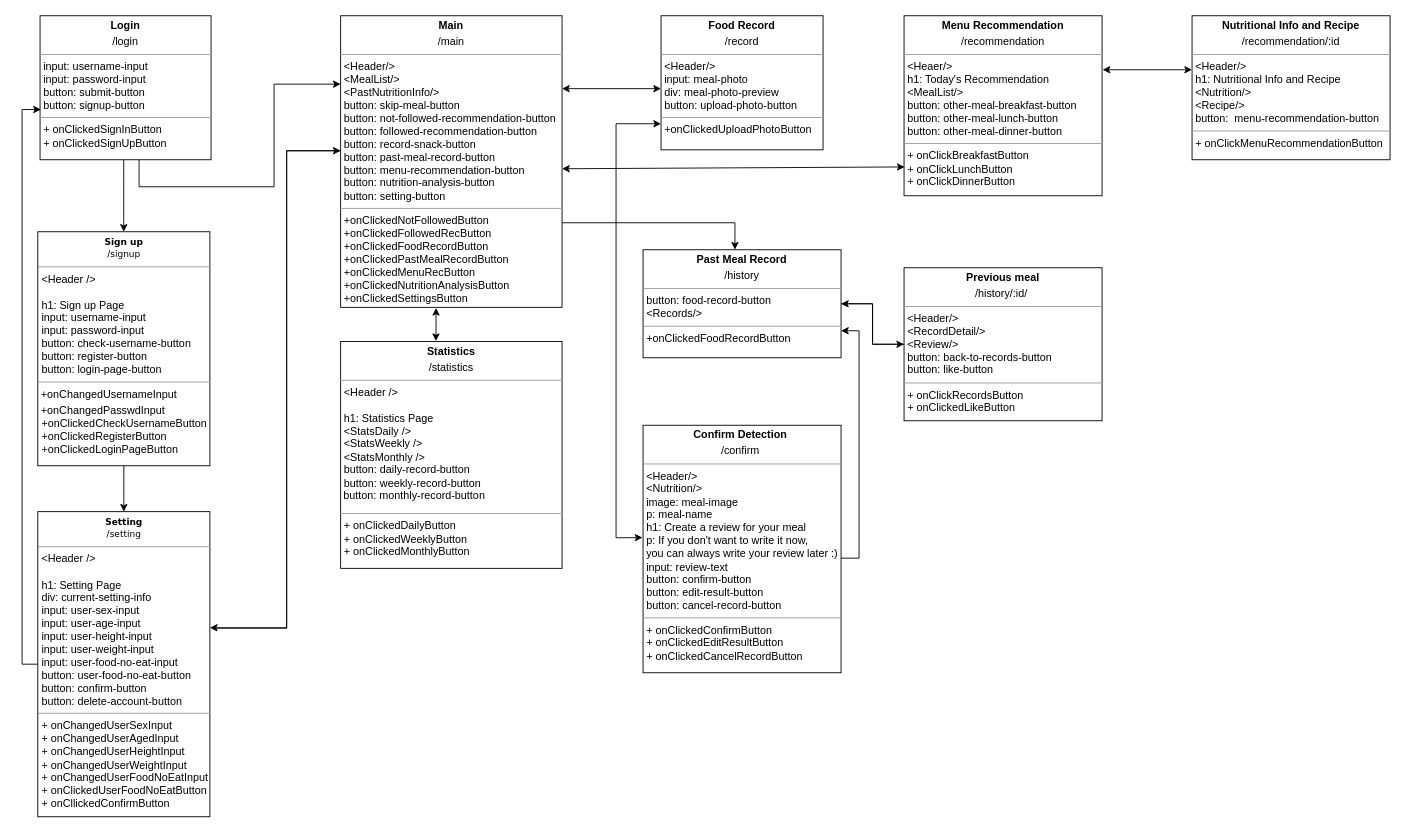
Above: diagrams/Frontend_UML.drawio in swsnu/swpp2021-team5 (draw.io), before the change. Source tidied: cells renumbered, new cells numbered last; positions are measured from the earlier drawing's top-left corner, leaving out a move shared by most shapes. Both pictures are drawn from the tidied source at 90%, with x=0, y=0 at pixel (22, 15).
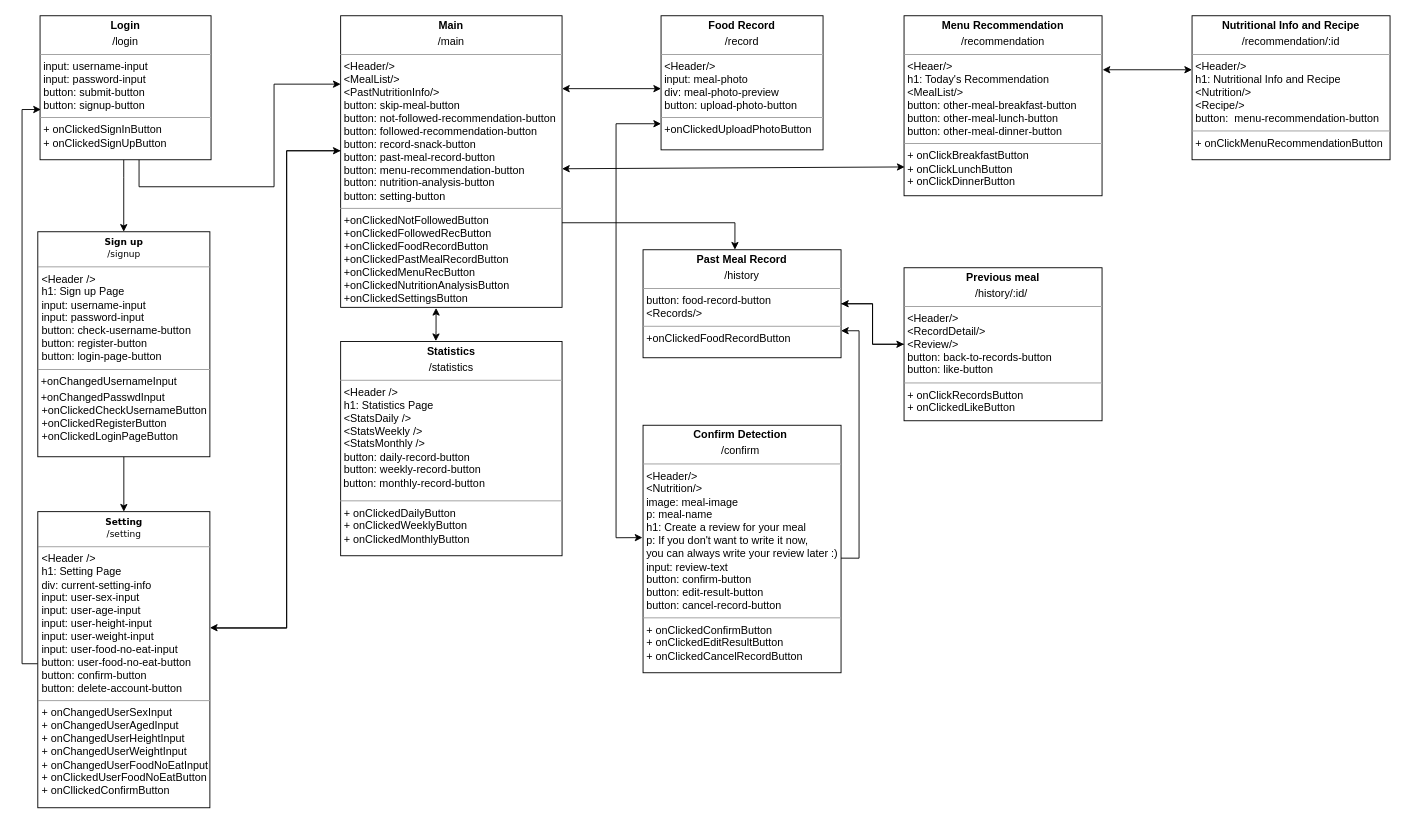
Above is the later version.

Change to the diagram source:
```diff
@@
-    <mxCell id="2" value="&lt;p style=&quot;margin: 4px 0px 0px ; text-align: center&quot;&gt;&lt;b&gt;Statistics&lt;/b&gt;&lt;/p&gt;&lt;p style=&quot;margin: 4px 0px 0px ; text-align: center&quot;&gt;/statistics&lt;/p&gt;&lt;hr size=&quot;1&quot;&gt;&lt;p style=&quot;text-align: justify ; margin: 0px 0px 0px 4px&quot;&gt;&amp;lt;Header /&amp;gt;&lt;br&gt;&lt;/p&gt;&lt;p style=&quot;text-align: justify ; margin: 0px 0px 0px 4px&quot;&gt;&lt;br&gt;&lt;/p&gt;&lt;p style=&quot;text-align: justify ; margin: 0px 0px 0px 4px&quot;&gt;h1: Statistics Page&lt;/p&gt;&lt;p style=&quot;text-align: justify ; margin: 0px 0px 0px 4px&quot;&gt;&amp;lt;StatsDaily /&amp;gt;&lt;/p&gt;&lt;p style=&quot;text-align: justify ; margin: 0px 0px 0px 4px&quot;&gt;&amp;lt;StatsWeekly /&amp;gt;&lt;/p&gt;&lt;p style=&quot;text-align: justify ; margin: 0px 0px 0px 4px&quot;&gt;&amp;lt;StatsMonthly /&amp;gt;&lt;/p&gt;&lt;p style=&quot;text-align: justify ; margin: 0px 0px 0px 4px&quot;&gt;button: daily-record-button&lt;/p&gt;&lt;p style=&quot;text-align: justify ; margin: 0px 0px 0px 4px&quot;&gt;&lt;span style=&quot;text-align: left&quot;&gt;button:&amp;nbsp;&lt;/span&gt;&lt;span style=&quot;text-align: left&quot;&gt;weekly-record-button&amp;nbsp;&lt;/span&gt;&lt;/p&gt;&lt;span style=&quot;text-align: left&quot;&gt;&lt;div style=&quot;text-align: justify&quot;&gt;&lt;span&gt;&amp;nbsp;button:&amp;nbsp;&lt;/span&gt;&lt;span&gt;monthly-record-button&lt;/span&gt;&lt;/div&gt;&lt;/span&gt;&lt;p&gt;&lt;/p&gt;&lt;hr size=&quot;1&quot; style=&quot;text-align: justify&quot;&gt;&lt;p style=&quot;text-align: justify ; margin: 0px 0px 0px 4px&quot;&gt;+ onClickedDailyButton&lt;/p&gt;&lt;p style=&quot;text-align: justify ; margin: 0px 0px 0px 4px&quot;&gt;+ onClickedWeeklyButton&lt;/p&gt;&lt;p style=&quot;text-align: justify ; margin: 0px 0px 0px 4px&quot;&gt;+ onClickedMonthlyButton&lt;/p&gt;" style="verticalAlign=top;align=left;overflow=fill;fontSize=12;fontFamily=Helvetica;html=1;rounded=0;shadow=0;comic=0;labelBackgroundColor=none;strokeWidth=1;" parent="1" vertex="1">
-      <mxGeometry x="354" y="362" width="246" height="252" as="geometry" />
+    <mxCell id="2" value="&lt;p style=&quot;margin: 4px 0px 0px ; text-align: center&quot;&gt;&lt;b&gt;Statistics&lt;/b&gt;&lt;/p&gt;&lt;p style=&quot;margin: 4px 0px 0px ; text-align: center&quot;&gt;/statistics&lt;/p&gt;&lt;hr size=&quot;1&quot;&gt;&lt;p style=&quot;text-align: justify ; margin: 0px 0px 0px 4px&quot;&gt;&amp;lt;Header /&amp;gt;&lt;/p&gt;&lt;p style=&quot;text-align: justify ; margin: 0px 0px 0px 4px&quot;&gt;h1: Statistics Page&lt;/p&gt;&lt;p style=&quot;text-align: justify ; margin: 0px 0px 0px 4px&quot;&gt;&amp;lt;StatsDaily /&amp;gt;&lt;/p&gt;&lt;p style=&quot;text-align: justify ; margin: 0px 0px 0px 4px&quot;&gt;&amp;lt;StatsWeekly /&amp;gt;&lt;/p&gt;&lt;p style=&quot;text-align: justify ; margin: 0px 0px 0px 4px&quot;&gt;&amp;lt;StatsMonthly /&amp;gt;&lt;/p&gt;&lt;p style=&quot;text-align: justify ; margin: 0px 0px 0px 4px&quot;&gt;button: daily-record-button&lt;/p&gt;&lt;p style=&quot;text-align: justify ; margin: 0px 0px 0px 4px&quot;&gt;&lt;span style=&quot;text-align: left&quot;&gt;button:&amp;nbsp;&lt;/span&gt;&lt;span style=&quot;text-align: left&quot;&gt;weekly-record-button&amp;nbsp;&lt;/span&gt;&lt;/p&gt;&lt;span style=&quot;text-align: left&quot;&gt;&lt;div style=&quot;text-align: justify&quot;&gt;&lt;span&gt;&amp;nbsp;button:&amp;nbsp;&lt;/span&gt;&lt;span&gt;monthly-record-button&lt;/span&gt;&lt;/div&gt;&lt;/span&gt;&lt;p&gt;&lt;/p&gt;&lt;hr size=&quot;1&quot; style=&quot;text-align: justify&quot;&gt;&lt;p style=&quot;text-align: justify ; margin: 0px 0px 0px 4px&quot;&gt;+ onClickedDailyButton&lt;/p&gt;&lt;p style=&quot;text-align: justify ; margin: 0px 0px 0px 4px&quot;&gt;+ onClickedWeeklyButton&lt;/p&gt;&lt;p style=&quot;text-align: justify ; margin: 0px 0px 0px 4px&quot;&gt;+ onClickedMonthlyButton&lt;/p&gt;" style="verticalAlign=top;align=left;overflow=fill;fontSize=12;fontFamily=Helvetica;html=1;rounded=0;shadow=0;comic=0;labelBackgroundColor=none;strokeWidth=1;" parent="1" vertex="1">
+      <mxGeometry x="354" y="362" width="246" height="238" as="geometry" />
     </mxCell>
@@
-    <mxCell id="13" value="&lt;p style=&quot;margin: 4px 0px 0px ; text-align: center&quot;&gt;&lt;b style=&quot;font-family: &amp;#34;verdana&amp;#34; ; font-size: 10px&quot;&gt;Sign up&lt;/b&gt;&lt;br style=&quot;font-family: &amp;#34;verdana&amp;#34; ; font-size: 10px&quot;&gt;&lt;span style=&quot;font-family: &amp;#34;verdana&amp;#34; ; font-size: 10px&quot;&gt;/signup&lt;/span&gt;&lt;br&gt;&lt;/p&gt;&lt;hr size=&quot;1&quot;&gt;&lt;p style=&quot;text-align: justify ; margin: 0px 0px 0px 4px&quot;&gt;&amp;lt;Header /&amp;gt;&lt;/p&gt;&lt;p style=&quot;text-align: justify ; margin: 0px 0px 0px 4px&quot;&gt;&lt;br&gt;&lt;/p&gt;&lt;p style=&quot;text-align: justify ; margin: 0px 0px 0px 4px&quot;&gt;h1: Sign up Page&lt;/p&gt;&lt;p style=&quot;text-align: justify ; margin: 0px 0px 0px 4px&quot;&gt;input: username-input&lt;/p&gt;&lt;p style=&quot;text-align: justify ; margin: 0px 0px 0px 4px&quot;&gt;input: password-input&lt;/p&gt;&lt;p style=&quot;text-align: justify ; margin: 0px 0px 0px 4px&quot;&gt;button: check-username-button&lt;/p&gt;&lt;p style=&quot;text-align: justify ; margin: 0px 0px 0px 4px&quot;&gt;button: register-button&lt;/p&gt;&lt;p style=&quot;text-align: justify ; margin: 0px 0px 0px 4px&quot;&gt;button: login-page-button&lt;/p&gt;&lt;hr size=&quot;1&quot; style=&quot;text-align: justify&quot;&gt;&lt;p style=&quot;text-align: justify ; margin: 4px 0px 0px&quot;&gt;&lt;span&gt;&amp;nbsp;+onChangedUsernameInput&lt;/span&gt;&lt;br&gt;&lt;/p&gt;&lt;p style=&quot;text-align: justify ; margin: 4px 0px 0px&quot;&gt;&lt;span&gt;&amp;nbsp;+onChangedPasswdInput&lt;/span&gt;&lt;/p&gt;&lt;p style=&quot;text-align: justify ; margin: 0px 0px 0px 4px&quot;&gt;+onClickedCheckUsernameButton&lt;/p&gt;&lt;p style=&quot;text-align: justify ; margin: 0px 0px 0px 4px&quot;&gt;+onClickedRegisterButton&lt;/p&gt;&lt;p style=&quot;text-align: justify ; margin: 0px 0px 0px 4px&quot;&gt;+onClickedLoginPageButton&lt;/p&gt;" style="verticalAlign=top;align=left;overflow=fill;fontSize=12;fontFamily=Helvetica;html=1;" parent="1" vertex="1">
-      <mxGeometry x="17.5" y="240" width="191.2" height="260" as="geometry" />
+    <mxCell id="13" value="&lt;p style=&quot;margin: 4px 0px 0px ; text-align: center&quot;&gt;&lt;b style=&quot;font-family: &amp;#34;verdana&amp;#34; ; font-size: 10px&quot;&gt;Sign up&lt;/b&gt;&lt;br style=&quot;font-family: &amp;#34;verdana&amp;#34; ; font-size: 10px&quot;&gt;&lt;span style=&quot;font-family: &amp;#34;verdana&amp;#34; ; font-size: 10px&quot;&gt;/signup&lt;/span&gt;&lt;br&gt;&lt;/p&gt;&lt;hr size=&quot;1&quot;&gt;&lt;p style=&quot;text-align: justify ; margin: 0px 0px 0px 4px&quot;&gt;&amp;lt;Header /&amp;gt;&lt;/p&gt;&lt;p style=&quot;text-align: justify ; margin: 0px 0px 0px 4px&quot;&gt;h1: Sign up Page&lt;/p&gt;&lt;p style=&quot;text-align: justify ; margin: 0px 0px 0px 4px&quot;&gt;input: username-input&lt;/p&gt;&lt;p style=&quot;text-align: justify ; margin: 0px 0px 0px 4px&quot;&gt;input: password-input&lt;/p&gt;&lt;p style=&quot;text-align: justify ; margin: 0px 0px 0px 4px&quot;&gt;button: check-username-button&lt;/p&gt;&lt;p style=&quot;text-align: justify ; margin: 0px 0px 0px 4px&quot;&gt;button: register-button&lt;/p&gt;&lt;p style=&quot;text-align: justify ; margin: 0px 0px 0px 4px&quot;&gt;button: login-page-button&lt;/p&gt;&lt;hr size=&quot;1&quot; style=&quot;text-align: justify&quot;&gt;&lt;p style=&quot;text-align: justify ; margin: 4px 0px 0px&quot;&gt;&lt;span&gt;&amp;nbsp;+onChangedUsernameInput&lt;/span&gt;&lt;br&gt;&lt;/p&gt;&lt;p style=&quot;text-align: justify ; margin: 4px 0px 0px&quot;&gt;&lt;span&gt;&amp;nbsp;+onChangedPasswdInput&lt;/span&gt;&lt;/p&gt;&lt;p style=&quot;text-align: justify ; margin: 0px 0px 0px 4px&quot;&gt;+onClickedCheckUsernameButton&lt;/p&gt;&lt;p style=&quot;text-align: justify ; margin: 0px 0px 0px 4px&quot;&gt;+onClickedRegisterButton&lt;/p&gt;&lt;p style=&quot;text-align: justify ; margin: 0px 0px 0px 4px&quot;&gt;+onClickedLoginPageButton&lt;/p&gt;" style="verticalAlign=top;align=left;overflow=fill;fontSize=12;fontFamily=Helvetica;html=1;" parent="1" vertex="1">
+      <mxGeometry x="17.5" y="240" width="191.2" height="250" as="geometry" />
     </mxCell>
@@
-    <mxCell id="15" value="&lt;p style=&quot;margin: 4px 0px 0px ; text-align: center&quot;&gt;&lt;b style=&quot;font-family: &amp;#34;verdana&amp;#34; ; font-size: 10px&quot;&gt;Setting&lt;/b&gt;&lt;br style=&quot;font-family: &amp;#34;verdana&amp;#34; ; font-size: 10px&quot;&gt;&lt;span style=&quot;font-family: &amp;#34;verdana&amp;#34; ; font-size: 10px&quot;&gt;/setting&lt;/span&gt;&lt;br&gt;&lt;/p&gt;&lt;hr size=&quot;1&quot;&gt;&lt;p style=&quot;margin: 0px 0px 0px 4px&quot;&gt;&amp;lt;Header /&amp;gt;&lt;br&gt;&lt;/p&gt;&lt;p style=&quot;margin: 0px 0px 0px 4px&quot;&gt;&lt;br&gt;&lt;/p&gt;&lt;p style=&quot;margin: 0px 0px 0px 4px&quot;&gt;h1: Setting Page&lt;/p&gt;&lt;p style=&quot;margin: 0px 0px 0px 4px&quot;&gt;div: current-setting-info&lt;/p&gt;&lt;p style=&quot;margin: 0px 0px 0px 4px&quot;&gt;input: user-sex-input&lt;/p&gt;&lt;p style=&quot;margin: 0px 0px 0px 4px&quot;&gt;input: user-age-input&lt;/p&gt;&lt;p style=&quot;margin: 0px 0px 0px 4px&quot;&gt;input: user-height-input&lt;/p&gt;&lt;p style=&quot;margin: 0px 0px 0px 4px&quot;&gt;input: user-weight-input&lt;/p&gt;&lt;p style=&quot;margin: 0px 0px 0px 4px&quot;&gt;input: user-food-no-eat-input&lt;br&gt;&lt;/p&gt;&lt;p style=&quot;margin: 0px 0px 0px 4px&quot;&gt;button: user-food-no-eat-button&lt;/p&gt;&lt;p style=&quot;margin: 0px 0px 0px 4px&quot;&gt;button: confirm-button&lt;br&gt;&lt;/p&gt;&lt;p style=&quot;margin: 0px 0px 0px 4px&quot;&gt;button: delete-account-button&lt;/p&gt;&lt;hr size=&quot;1&quot;&gt;&lt;p style=&quot;margin: 0px 0px 0px 4px&quot;&gt;+ onChangedUserSexInput&lt;/p&gt;&lt;p style=&quot;margin: 0px 0px 0px 4px&quot;&gt;+ onChangedUserAgedInput&lt;/p&gt;&lt;p style=&quot;margin: 0px 0px 0px 4px&quot;&gt;+ onChangedUserHeightInput&lt;/p&gt;&lt;p style=&quot;margin: 0px 0px 0px 4px&quot;&gt;+ onChangedUserWeightInput&lt;/p&gt;&lt;p style=&quot;margin: 0px 0px 0px 4px&quot;&gt;+ onChangedUserFoodNoEatInput&lt;/p&gt;&lt;p style=&quot;margin: 0px 0px 0px 4px&quot;&gt;+ onClickedUserFoodNoEatButton&lt;/p&gt;&lt;p style=&quot;margin: 0px 0px 0px 4px&quot;&gt;+ onCllickedConfirmButton&lt;/p&gt;" style="verticalAlign=top;align=left;overflow=fill;fontSize=12;fontFamily=Helvetica;html=1;" parent="1" vertex="1">
-      <mxGeometry x="17.5" y="551" width="191.2" height="339" as="geometry" />
+    <mxCell id="15" value="&lt;p style=&quot;margin: 4px 0px 0px ; text-align: center&quot;&gt;&lt;b style=&quot;font-family: &amp;#34;verdana&amp;#34; ; font-size: 10px&quot;&gt;Setting&lt;/b&gt;&lt;br style=&quot;font-family: &amp;#34;verdana&amp;#34; ; font-size: 10px&quot;&gt;&lt;span style=&quot;font-family: &amp;#34;verdana&amp;#34; ; font-size: 10px&quot;&gt;/setting&lt;/span&gt;&lt;br&gt;&lt;/p&gt;&lt;hr size=&quot;1&quot;&gt;&lt;p style=&quot;margin: 0px 0px 0px 4px&quot;&gt;&amp;lt;Header /&amp;gt;&lt;/p&gt;&lt;p style=&quot;margin: 0px 0px 0px 4px&quot;&gt;h1: Setting Page&lt;/p&gt;&lt;p style=&quot;margin: 0px 0px 0px 4px&quot;&gt;div: current-setting-info&lt;/p&gt;&lt;p style=&quot;margin: 0px 0px 0px 4px&quot;&gt;input: user-sex-input&lt;/p&gt;&lt;p style=&quot;margin: 0px 0px 0px 4px&quot;&gt;input: user-age-input&lt;/p&gt;&lt;p style=&quot;margin: 0px 0px 0px 4px&quot;&gt;input: user-height-input&lt;/p&gt;&lt;p style=&quot;margin: 0px 0px 0px 4px&quot;&gt;input: user-weight-input&lt;/p&gt;&lt;p style=&quot;margin: 0px 0px 0px 4px&quot;&gt;input: user-food-no-eat-input&lt;br&gt;&lt;/p&gt;&lt;p style=&quot;margin: 0px 0px 0px 4px&quot;&gt;button: user-food-no-eat-button&lt;/p&gt;&lt;p style=&quot;margin: 0px 0px 0px 4px&quot;&gt;button: confirm-button&lt;br&gt;&lt;/p&gt;&lt;p style=&quot;margin: 0px 0px 0px 4px&quot;&gt;button: delete-account-button&lt;/p&gt;&lt;hr size=&quot;1&quot;&gt;&lt;p style=&quot;margin: 0px 0px 0px 4px&quot;&gt;+ onChangedUserSexInput&lt;/p&gt;&lt;p style=&quot;margin: 0px 0px 0px 4px&quot;&gt;+ onChangedUserAgedInput&lt;/p&gt;&lt;p style=&quot;margin: 0px 0px 0px 4px&quot;&gt;+ onChangedUserHeightInput&lt;/p&gt;&lt;p style=&quot;margin: 0px 0px 0px 4px&quot;&gt;+ onChangedUserWeightInput&lt;/p&gt;&lt;p style=&quot;margin: 0px 0px 0px 4px&quot;&gt;+ onChangedUserFoodNoEatInput&lt;/p&gt;&lt;p style=&quot;margin: 0px 0px 0px 4px&quot;&gt;+ onClickedUserFoodNoEatButton&lt;/p&gt;&lt;p style=&quot;margin: 0px 0px 0px 4px&quot;&gt;+ onCllickedConfirmButton&lt;/p&gt;" style="verticalAlign=top;align=left;overflow=fill;fontSize=12;fontFamily=Helvetica;html=1;" parent="1" vertex="1">
+      <mxGeometry x="17.5" y="551" width="191.2" height="329" as="geometry" />
     </mxCell>
```
